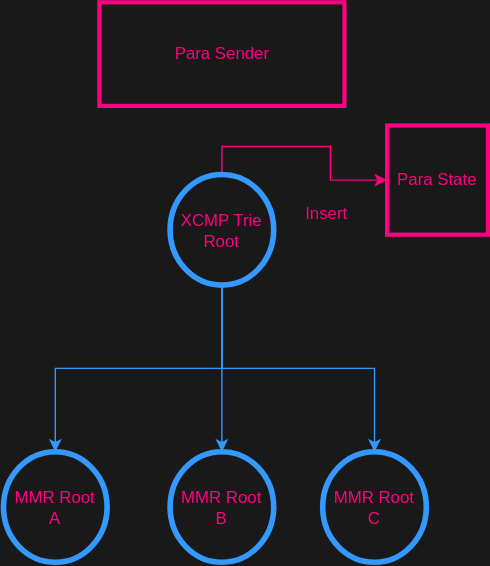
Earlier version of the draw.io export docs/hackmd/imgs/mmr_2.svg (w3f/xcmp_prototype_playground). Source tidied: cells renumbered, new cells last; positions are measured from the earlier drawing's top-left corner, leaving out a move shared by most shapes.
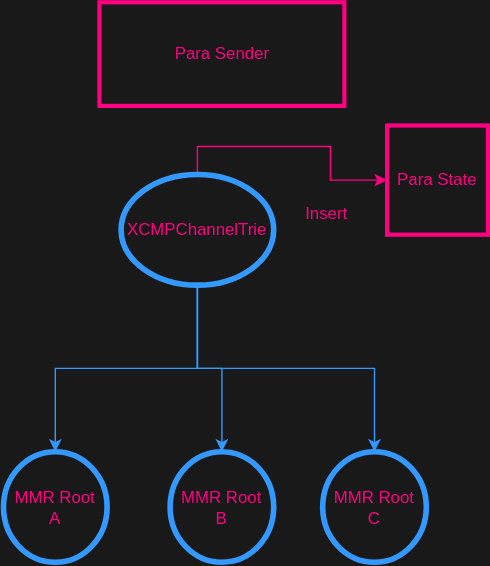
Above is the later version.

Commit message:
fixing hack_md img

The edit, as a diff of the source:
```diff
@@ -26,8 +26,8 @@
     <mxCell id="9" style="edgeStyle=orthogonalEdgeStyle;rounded=0;jettySize=auto;html=1;exitX=0.5;exitY=0;exitDx=0;exitDy=0;entryX=0;entryY=0.5;entryDx=0;entryDy=0;strokeColor=#FF0080;" parent="1" edge="1" source="10" target="11">
       <mxGeometry relative="1" as="geometry" />
     </mxCell>
-    <mxCell id="10" value="&lt;font color=&quot;#ff0080&quot;&gt;XCMP Trie Root&lt;br&gt;&lt;/font&gt;" style="ellipse;whiteSpace=wrap;html=1;strokeColor=#3399FF;fillColor=#191919;strokeWidth=4;" parent="1" vertex="1">
-      <mxGeometry x="119" y="123" width="74" height="79" as="geometry" />
+    <mxCell id="10" value="&lt;font color=&quot;#ff0080&quot;&gt;XCMPChannelTrie&lt;br&gt;&lt;/font&gt;" style="ellipse;whiteSpace=wrap;html=1;strokeColor=#3399FF;fillColor=#191919;strokeWidth=4;" parent="1" vertex="1">
+      <mxGeometry x="84" y="123" width="109" height="79" as="geometry" />
     </mxCell>
     <mxCell id="11" value="&lt;font color=&quot;#ff0080&quot;&gt;Para State&lt;/font&gt;" style="rounded=0;whiteSpace=wrap;html=1;strokeColor=#FF0080;strokeWidth=3;fillColor=#191919;" parent="1" vertex="1">
       <mxGeometry x="274" y="88" width="72" height="78" as="geometry" />
```
